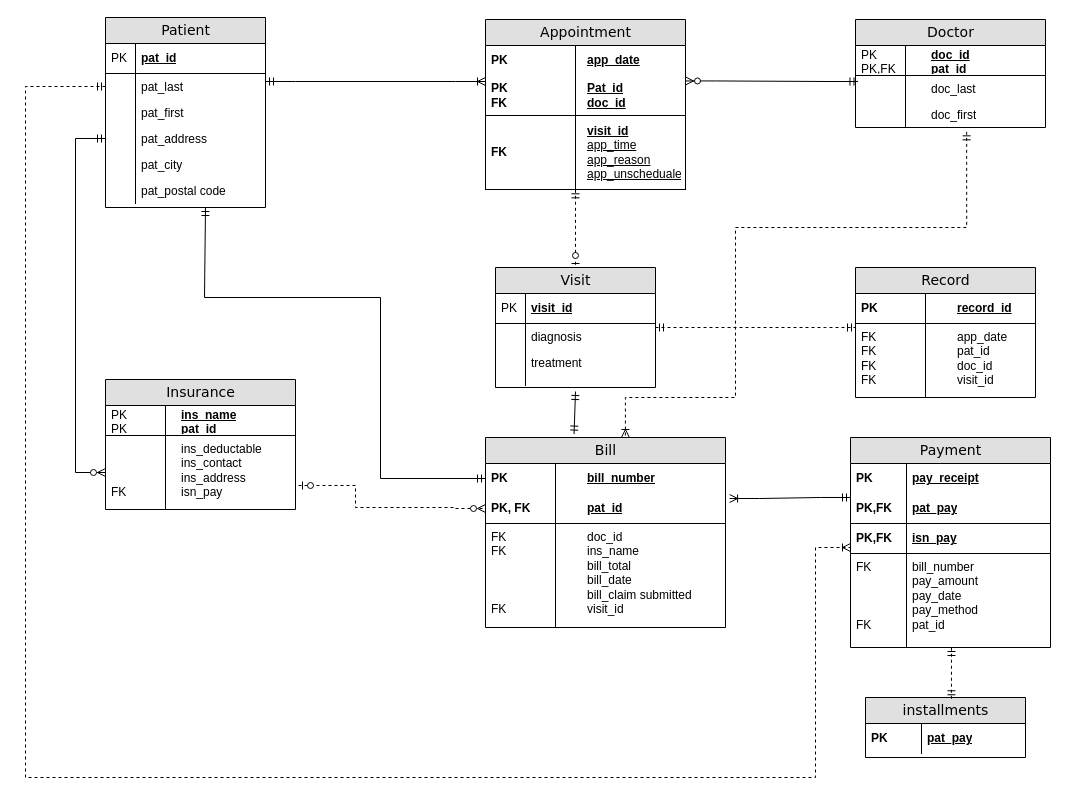
Above: Untitled Diagram.drawio in mushyshah/Project-X (draw.io), before the change. Source tidied: cells renumbered, new cells numbered last; positions are measured from the earlier drawing's top-left corner, leaving out a move shared by most shapes. Both pictures are drawn from the tidied source at 100%, with x=0, y=0 at pixel (25, 17).
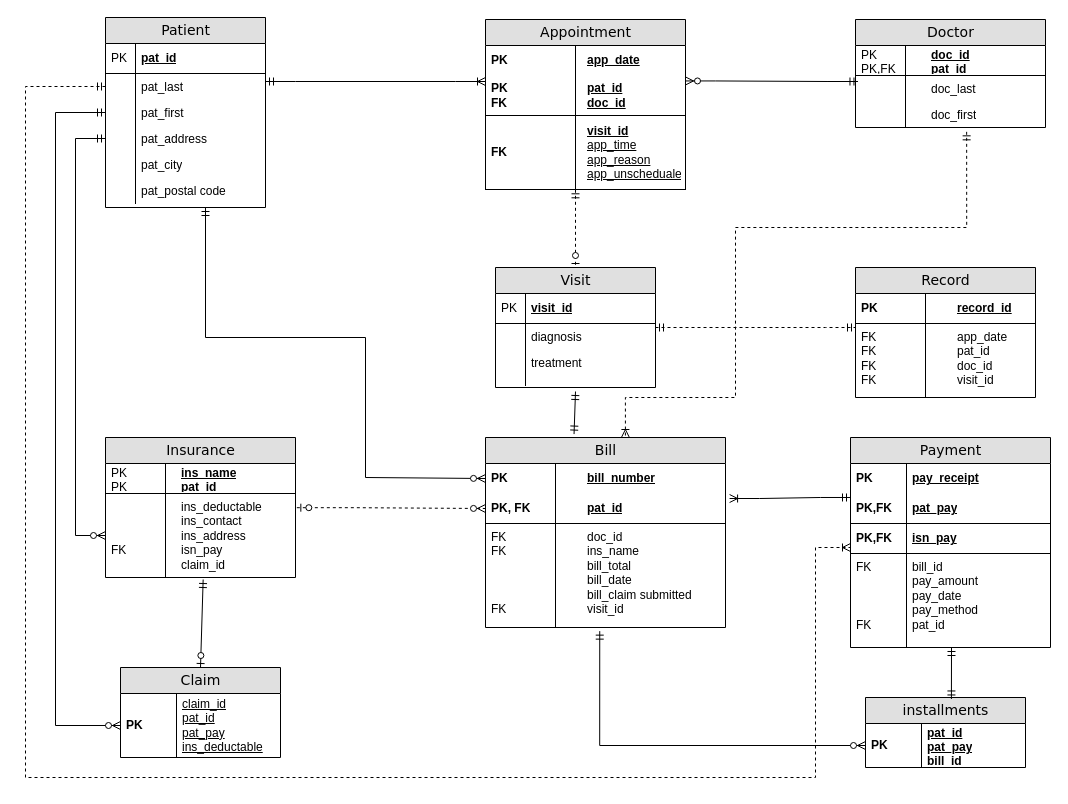
The same diagram, later.

Unchanged cells that the change refers to:
```xml
<mxCell id="2" value="Appointment" style="swimlane;html=1;fontStyle=0;horizontal=1;startSize=26;fillColor=#e0e0e0;swimlaneFillColor=#ffffff;align=center;rounded=0;shadow=0;comic=0;labelBackgroundColor=none;strokeWidth=1;fontFamily=Verdana;fontSize=14;" parent="1" vertex="1">
  <mxGeometry x="460" y="2" width="200" height="170" as="geometry" />
</mxCell>
<mxCell id="38" value="Payment" style="swimlane;html=1;fontStyle=0;horizontal=1;startSize=26;fillColor=#e0e0e0;swimlaneFillColor=#ffffff;align=center;rounded=0;shadow=0;comic=0;labelBackgroundColor=none;strokeWidth=1;fontFamily=Verdana;fontSize=14;" parent="1" vertex="1">
  <mxGeometry x="825" y="420" width="200" height="210" as="geometry" />
</mxCell>
<mxCell id="48" value="&lt;blockquote style=&quot;margin: 0 0 0 40px; border: none; padding: 0px;&quot;&gt;bill_number&lt;/blockquote&gt;" style="shape=partialRectangle;top=0;left=0;right=0;bottom=0;html=1;align=left;verticalAlign=middle;fillColor=none;spacingLeft=60;spacingRight=4;whiteSpace=wrap;overflow=hidden;points=[[0,0.5],[1,0.5]];portConstraint=eastwest;fontStyle=5;" parent="47" vertex="1">
  <mxGeometry y="26" width="240" height="30" as="geometry" />
</mxCell>
<mxCell id="50" value="&lt;blockquote style=&quot;margin: 0 0 0 40px; border: none; padding: 0px;&quot;&gt;pat_id&lt;/blockquote&gt;" style="shape=partialRectangle;top=0;left=0;right=0;bottom=1;html=1;align=left;verticalAlign=middle;fillColor=none;spacingLeft=60;spacingRight=4;whiteSpace=wrap;overflow=hidden;points=[[0,0.5],[1,0.5]];portConstraint=eastwest;fontStyle=5;" parent="47" vertex="1">
  <mxGeometry y="56" width="240" height="30" as="geometry" />
</mxCell>
<mxCell id="52" value="&lt;blockquote style=&quot;margin: 0 0 0 40px; border: none; padding: 0px;&quot;&gt;doc_id&lt;br&gt;ins_name&lt;br&gt;bill_total&lt;br&gt;bill_date&lt;br&gt;bill_claim submitted&lt;br&gt;visit_id&lt;/blockquote&gt;" style="shape=partialRectangle;top=0;left=0;right=0;bottom=0;html=1;align=left;verticalAlign=top;fillColor=none;spacingLeft=60;spacingRight=4;whiteSpace=wrap;overflow=hidden;points=[[0,0.5],[1,0.5]];portConstraint=eastwest;" parent="47" vertex="1">
  <mxGeometry y="86" width="240" height="104" as="geometry" />
</mxCell>
<mxCell id="59" value="pat_first" style="shape=partialRectangle;top=0;left=0;right=0;bottom=0;html=1;align=left;verticalAlign=top;fillColor=none;spacingLeft=34;spacingRight=4;whiteSpace=wrap;overflow=hidden;points=[[0,0.5],[1,0.5]];portConstraint=eastwest;" parent="54" vertex="1">
  <mxGeometry y="82" width="160" height="26" as="geometry" />
</mxCell>
<mxCell id="61" value="pat_address" style="shape=partialRectangle;top=0;left=0;right=0;bottom=0;html=1;align=left;verticalAlign=top;fillColor=none;spacingLeft=34;spacingRight=4;whiteSpace=wrap;overflow=hidden;points=[[0,0.5],[1,0.5]];portConstraint=eastwest;" parent="54" vertex="1">
  <mxGeometry y="108" width="160" height="26" as="geometry" />
</mxCell>
<mxCell id="65" value="pat_postal code" style="shape=partialRectangle;top=0;left=0;right=0;bottom=0;html=1;align=left;verticalAlign=top;fillColor=none;spacingLeft=34;spacingRight=4;whiteSpace=wrap;overflow=hidden;points=[[0,0.5],[1,0.5]];portConstraint=eastwest;" parent="54" vertex="1">
  <mxGeometry y="160" width="160" height="26" as="geometry" />
</mxCell>
```

What changed in the source:
```diff
@@
-    <mxCell id="5" value="&lt;blockquote style=&quot;margin: 0 0 0 40px; border: none; padding: 0px;&quot;&gt;Pat_id&lt;br&gt;doc_id&lt;/blockquote&gt;" style="shape=partialRectangle;top=0;left=0;right=0;bottom=1;html=1;align=left;verticalAlign=middle;fillColor=none;spacingLeft=60;spacingRight=4;whiteSpace=wrap;overflow=hidden;points=[[0,0.5],[1,0.5]];portConstraint=eastwest;fontStyle=5;" parent="2" vertex="1">
+    <mxCell id="5" value="&lt;blockquote style=&quot;margin: 0 0 0 40px; border: none; padding: 0px;&quot;&gt;pat_id&lt;br&gt;doc_id&lt;/blockquote&gt;" style="shape=partialRectangle;top=0;left=0;right=0;bottom=1;html=1;align=left;verticalAlign=middle;fillColor=none;spacingLeft=60;spacingRight=4;whiteSpace=wrap;overflow=hidden;points=[[0,0.5],[1,0.5]];portConstraint=eastwest;fontStyle=5;" parent="2" vertex="1">
       <mxGeometry y="56" width="200" height="40" as="geometry" />
     </mxCell>
@@
     <mxCell id="16" value="Insurance" style="swimlane;html=1;fontStyle=0;horizontal=1;startSize=26;fillColor=#e0e0e0;swimlaneFillColor=#ffffff;align=center;rounded=0;shadow=0;comic=0;labelBackgroundColor=none;strokeWidth=1;fontFamily=Verdana;fontSize=14;" parent="1" vertex="1">
-      <mxGeometry x="80" y="362" width="190" height="130" as="geometry" />
+      <mxGeometry x="80" y="420" width="190" height="140" as="geometry" />
     </mxCell>
@@
-    <mxCell id="19" value="&lt;blockquote style=&quot;margin: 0 0 0 40px; border: none; padding: 0px;&quot;&gt;ins_deductable&lt;/blockquote&gt;&lt;blockquote style=&quot;margin: 0 0 0 40px; border: none; padding: 0px;&quot;&gt;ins_contact&lt;/blockquote&gt;&lt;blockquote style=&quot;margin: 0 0 0 40px; border: none; padding: 0px;&quot;&gt;ins_address&lt;/blockquote&gt;&lt;blockquote style=&quot;margin: 0 0 0 40px; border: none; padding: 0px;&quot;&gt;isn_pay&lt;/blockquote&gt;" style="shape=partialRectangle;top=0;left=0;right=0;bottom=0;html=1;align=left;verticalAlign=top;fillColor=none;spacingLeft=34;spacingRight=4;whiteSpace=wrap;overflow=hidden;points=[[0,0.5],[1,0.5]];portConstraint=eastwest;" parent="16" vertex="1">
-      <mxGeometry y="56" width="190" height="74" as="geometry" />
+    <mxCell id="19" value="&lt;blockquote style=&quot;margin: 0 0 0 40px; border: none; padding: 0px;&quot;&gt;ins_deductable&lt;/blockquote&gt;&lt;blockquote style=&quot;margin: 0 0 0 40px; border: none; padding: 0px;&quot;&gt;ins_contact&lt;/blockquote&gt;&lt;blockquote style=&quot;margin: 0 0 0 40px; border: none; padding: 0px;&quot;&gt;ins_address&lt;/blockquote&gt;&lt;blockquote style=&quot;margin: 0 0 0 40px; border: none; padding: 0px;&quot;&gt;isn_pay&lt;/blockquote&gt;&lt;blockquote style=&quot;margin: 0 0 0 40px; border: none; padding: 0px;&quot;&gt;claim_id&lt;/blockquote&gt;" style="shape=partialRectangle;top=0;left=0;right=0;bottom=0;html=1;align=left;verticalAlign=top;fillColor=none;spacingLeft=34;spacingRight=4;whiteSpace=wrap;overflow=hidden;points=[[0,0.5],[1,0.5]];portConstraint=eastwest;" parent="16" vertex="1">
+      <mxGeometry y="56" width="190" height="84" as="geometry" />
     </mxCell>
     <mxCell id="20" value="&lt;br&gt;&lt;br&gt;&lt;br&gt;FK" style="shape=partialRectangle;top=0;left=0;bottom=0;html=1;fillColor=none;align=left;verticalAlign=top;spacingLeft=4;spacingRight=4;whiteSpace=wrap;overflow=hidden;" parent="19" vertex="1">
-      <mxGeometry width="60" height="74" as="geometry" />
+      <mxGeometry width="60" height="84" as="geometry" />
     </mxCell>
@@
     <mxCell id="35" value="installments" style="swimlane;html=1;fontStyle=0;horizontal=1;startSize=26;fillColor=#e0e0e0;swimlaneFillColor=#ffffff;align=center;rounded=0;shadow=0;comic=0;labelBackgroundColor=none;strokeWidth=1;fontFamily=Verdana;fontSize=14;" parent="1" vertex="1">
-      <mxGeometry x="840" y="680" width="160" height="60" as="geometry" />
+      <mxGeometry x="840" y="680" width="160" height="70" as="geometry" />
     </mxCell>
-    <mxCell id="36" value="pat_pay" style="shape=partialRectangle;top=0;left=0;right=0;bottom=0;html=1;align=left;verticalAlign=middle;fillColor=none;spacingLeft=60;spacingRight=4;whiteSpace=wrap;overflow=hidden;points=[[0,0.5],[1,0.5]];portConstraint=eastwest;fontStyle=5;" parent="35" vertex="1">
-      <mxGeometry y="26" width="160" height="30" as="geometry" />
+    <mxCell id="36" value="pat_id&lt;br&gt;pat_pay&lt;br&gt;bill_id" style="shape=partialRectangle;top=0;left=0;right=0;bottom=0;html=1;align=left;verticalAlign=middle;fillColor=none;spacingLeft=60;spacingRight=4;whiteSpace=wrap;overflow=hidden;points=[[0,0.5],[1,0.5]];portConstraint=eastwest;fontStyle=5;" parent="35" vertex="1">
+      <mxGeometry y="26" width="160" height="44" as="geometry" />
     </mxCell>
     <mxCell id="37" value="PK" style="shape=partialRectangle;fontStyle=1;top=0;left=0;bottom=0;html=1;fillColor=none;align=left;verticalAlign=middle;spacingLeft=4;spacingRight=4;whiteSpace=wrap;overflow=hidden;" parent="36" vertex="1">
-      <mxGeometry width="56" height="30" as="geometry" />
+      <mxGeometry width="56" height="44" as="geometry" />
     </mxCell>
@@
-    <mxCell id="45" value="bill_number&lt;br&gt;pay_amount&lt;br&gt;pay_date&lt;br&gt;pay_method&lt;br&gt;pat_id" style="shape=partialRectangle;top=0;left=0;right=0;bottom=0;html=1;align=left;verticalAlign=top;fillColor=none;spacingLeft=60;spacingRight=4;whiteSpace=wrap;overflow=hidden;points=[[0,0.5],[1,0.5]];portConstraint=eastwest;" parent="38" vertex="1">
+    <mxCell id="45" value="bill_id&lt;br&gt;pay_amount&lt;br&gt;pay_date&lt;br&gt;pay_method&lt;br&gt;pat_id" style="shape=partialRectangle;top=0;left=0;right=0;bottom=0;html=1;align=left;verticalAlign=top;fillColor=none;spacingLeft=60;spacingRight=4;whiteSpace=wrap;overflow=hidden;points=[[0,0.5],[1,0.5]];portConstraint=eastwest;" parent="38" vertex="1">
       <mxGeometry y="116" width="200" height="94" as="geometry" />
     </mxCell>
@@
     <mxCell id="67" style="fontSize=12;html=1;endArrow=ERzeroToMany;startArrow=ERmandOne;rounded=0;entryX=0;entryY=0.5;entryDx=0;entryDy=0;edgeStyle=orthogonalEdgeStyle;exitX=0;exitY=0.5;exitDx=0;exitDy=0;" parent="1" edge="1" source="61" target="19">
       <mxGeometry relative="1" as="geometry">
         <Array as="points">
           <mxPoint x="50" y="121" />
-          <mxPoint x="50" y="455" />
+          <mxPoint x="50" y="518" />
         </Array>
       </mxGeometry>
     </mxCell>
@@
-    <mxCell id="69" style="fontSize=12;html=1;endArrow=ERmandOne;startArrow=ERmandOne;rounded=0;exitX=0;exitY=0.5;exitDx=0;exitDy=0;edgeStyle=orthogonalEdgeStyle;entryX=0.625;entryY=1.154;entryDx=0;entryDy=0;entryPerimeter=0;" parent="1" edge="1" source="48" target="65">
-      <mxGeometry relative="1" as="geometry">
-        <Array as="points">
-          <mxPoint x="355" y="461" />
-          <mxPoint x="355" y="280" />
-          <mxPoint x="179" y="280" />
-          <mxPoint x="179" y="190" />
-        </Array>
-      </mxGeometry>
-    </mxCell>
@@
-    <mxCell id="72" style="fontSize=12;html=1;endArrow=ERzeroToMany;startArrow=ERzeroToOne;rounded=0;entryX=0;entryY=0.5;entryDx=0;entryDy=0;edgeStyle=orthogonalEdgeStyle;exitX=1.016;exitY=0.923;exitDx=0;exitDy=0;exitPerimeter=0;dashed=1;" parent="1" edge="1" target="50">
+    <mxCell id="72" style="fontSize=12;html=1;endArrow=ERzeroToMany;startArrow=ERzeroToOne;rounded=0;entryX=0;entryY=0.5;entryDx=0;entryDy=0;edgeStyle=orthogonalEdgeStyle;exitX=1.007;exitY=0.169;exitDx=0;exitDy=0;exitPerimeter=0;dashed=1;" parent="1" edge="1" source="19" target="50">
       <mxGeometry relative="1" as="geometry">
-        <mxPoint x="273" y="468" as="sourcePoint" />
         <Array as="points">
-          <mxPoint x="330" y="468" />
           <mxPoint x="330" y="490" />
-          <mxPoint x="430" y="490" />
-          <mxPoint x="430" y="491" />
+          <mxPoint x="330" y="491" />
         </Array>
       </mxGeometry>
     </mxCell>
@@
-    <mxCell id="78" style="fontSize=12;html=1;endArrow=ERmandOne;startArrow=ERmandOne;rounded=0;dashed=1;entryX=0.505;entryY=1;entryDx=0;entryDy=0;entryPerimeter=0;exitX=0.537;exitY=0.021;exitDx=0;exitDy=0;exitPerimeter=0;" parent="1" edge="1" source="35" target="45">
+    <mxCell id="78" style="fontSize=12;html=1;endArrow=ERmandOne;startArrow=ERmandOne;rounded=0;entryX=0.505;entryY=1;entryDx=0;entryDy=0;entryPerimeter=0;exitX=0.537;exitY=0.021;exitDx=0;exitDy=0;exitPerimeter=0;" parent="1" edge="1" source="35" target="45">
       <mxGeometry relative="1" as="geometry" />
     </mxCell>
+    <mxCell id="79" style="edgeStyle=orthogonalEdgeStyle;fontSize=12;html=1;endArrow=ERzeroToMany;startArrow=ERmandOne;rounded=0;entryX=0;entryY=0.5;entryDx=0;entryDy=0;" parent="1" edge="1" target="48">
+      <mxGeometry relative="1" as="geometry">
+        <mxPoint x="180" y="190" as="sourcePoint" />
+        <Array as="points">
+          <mxPoint x="180" y="320" />
+          <mxPoint x="340" y="320" />
+          <mxPoint x="340" y="460" />
+          <mxPoint x="460" y="460" />
+        </Array>
+      </mxGeometry>
+    </mxCell>
+    <mxCell id="80" value="Claim" style="swimlane;html=1;fontStyle=0;horizontal=1;startSize=26;fillColor=#e0e0e0;swimlaneFillColor=#ffffff;align=center;rounded=0;shadow=0;comic=0;labelBackgroundColor=none;strokeWidth=1;fontFamily=Verdana;fontSize=14;" parent="1" vertex="1">
+      <mxGeometry x="95" y="650" width="160" height="90" as="geometry" />
+    </mxCell>
+    <mxCell id="81" value="&lt;span style=&quot;font-weight: normal;&quot;&gt;claim_id&lt;br&gt;pat_id&lt;br&gt;pat_pay&lt;br&gt;&lt;/span&gt;&lt;span style=&quot;font-weight: 400;&quot;&gt;ins_deductable&lt;/span&gt;&lt;span style=&quot;font-weight: normal;&quot;&gt;&lt;br&gt;&lt;/span&gt;" style="shape=partialRectangle;top=0;left=0;right=0;bottom=0;html=1;align=left;verticalAlign=middle;fillColor=none;spacingLeft=60;spacingRight=4;whiteSpace=wrap;overflow=hidden;points=[[0,0.5],[1,0.5]];portConstraint=eastwest;fontStyle=5;" parent="80" vertex="1">
+      <mxGeometry y="26" width="160" height="64" as="geometry" />
+    </mxCell>
+    <mxCell id="82" value="PK&lt;br&gt;" style="shape=partialRectangle;fontStyle=1;top=0;left=0;bottom=0;html=1;fillColor=none;align=left;verticalAlign=middle;spacingLeft=4;spacingRight=4;whiteSpace=wrap;overflow=hidden;" parent="81" vertex="1">
+      <mxGeometry width="56" height="64" as="geometry" />
+    </mxCell>
+    <mxCell id="83" style="fontSize=12;html=1;endArrow=ERzeroToOne;startArrow=ERmandOne;rounded=0;exitX=0.514;exitY=1.024;exitDx=0;exitDy=0;exitPerimeter=0;entryX=0.5;entryY=0;entryDx=0;entryDy=0;" parent="1" edge="1" source="19" target="80">
+      <mxGeometry relative="1" as="geometry" />
+    </mxCell>
+    <mxCell id="84" style="fontSize=12;html=1;endArrow=ERzeroToMany;startArrow=ERmandOne;rounded=0;entryX=0;entryY=0.5;entryDx=0;entryDy=0;edgeStyle=orthogonalEdgeStyle;exitX=0;exitY=0.5;exitDx=0;exitDy=0;" parent="1" edge="1" source="59" target="81">
+      <mxGeometry relative="1" as="geometry">
+        <Array as="points">
+          <mxPoint x="30" y="95" />
+          <mxPoint x="30" y="708" />
+        </Array>
+      </mxGeometry>
+    </mxCell>
+    <mxCell id="85" style="edgeStyle=orthogonalEdgeStyle;fontSize=12;html=1;endArrow=ERzeroToMany;startArrow=ERmandOne;rounded=0;entryX=0;entryY=0.5;entryDx=0;entryDy=0;exitX=0.476;exitY=1.035;exitDx=0;exitDy=0;exitPerimeter=0;" parent="1" edge="1" source="52" target="36">
+      <mxGeometry relative="1" as="geometry">
+        <Array as="points">
+          <mxPoint x="574" y="728" />
+        </Array>
+      </mxGeometry>
+    </mxCell>
```
